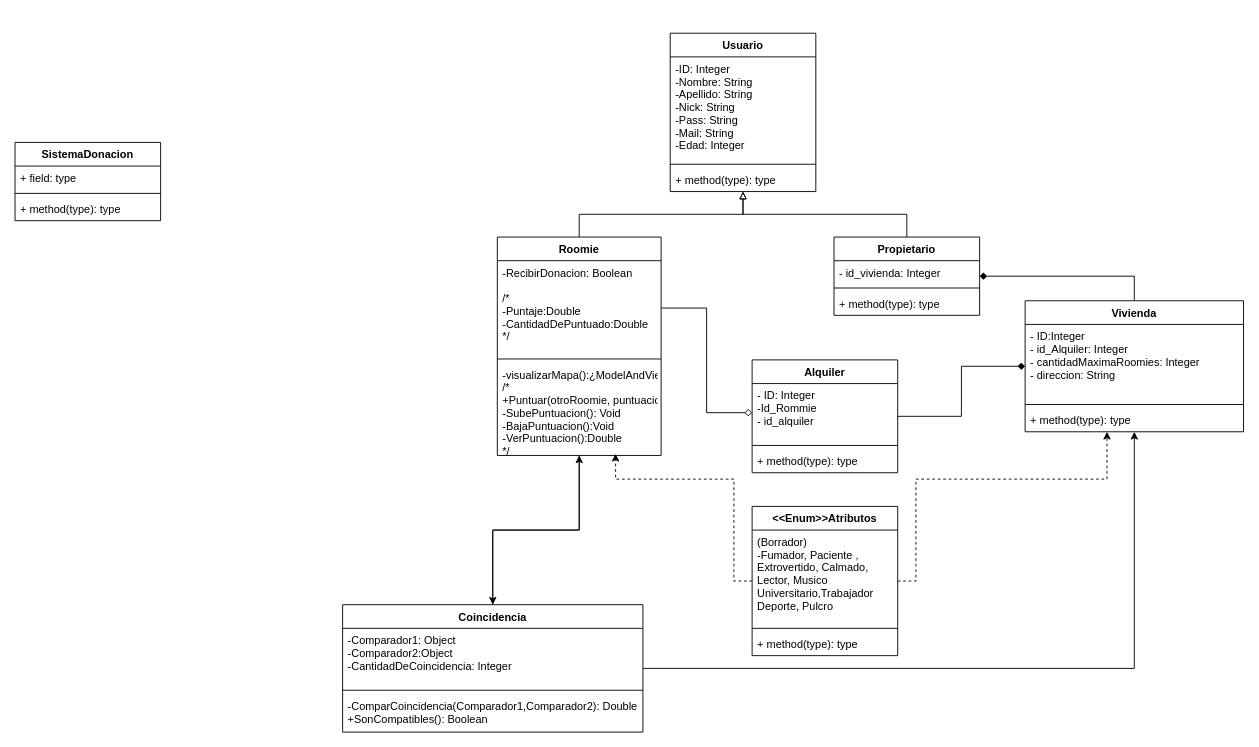
This is Sistema_de_Roomie.drawio from Lenh22/Proyecto-final-taller-web1-1C-2022, a draw.io file, before an edit. Source tidied: cells renumbered, new cells numbered last; positions are measured from the earlier drawing's top-left corner, leaving out a move shared by most shapes. Both pictures are drawn from the tidied source at 91%, with x=0, y=0 at pixel (15, 33).
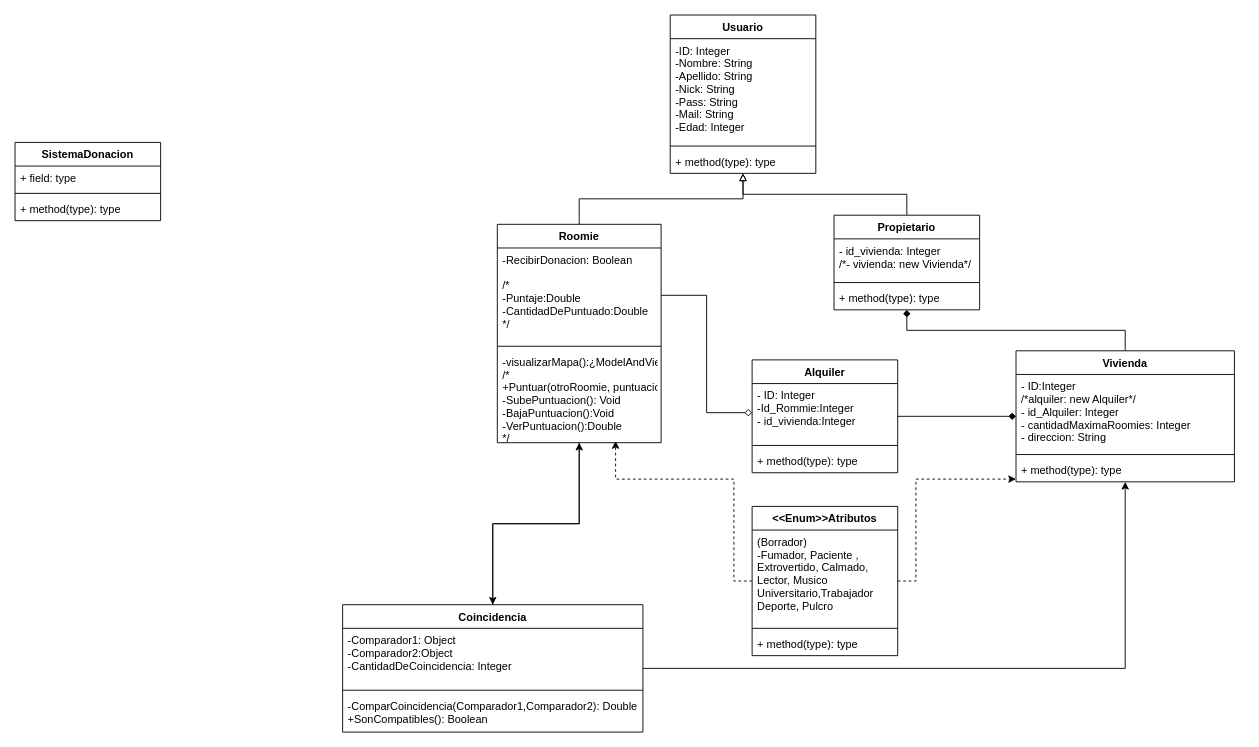
The same page after the edit.

Commit message (it also covers changes not shown here):
Cambiando un poco el test2 y creando lo basico de Propietario y Vivienda

The change refers to these unchanged cells:
```xml
<mxCell id="16" value="Alquiler" style="swimlane;fontStyle=1;align=center;verticalAlign=top;horizontal=1;startSize=26;" parent="1" vertex="1">
  <mxGeometry x="810" y="359" width="160" height="124" as="geometry" />
</mxCell>
```

The edit, as a diff of the source:
```diff
@@
     <mxCell id="2" value="Usuario" style="swimlane;fontStyle=1;align=center;verticalAlign=top;horizontal=1;startSize=26;" parent="1" vertex="1">
-      <mxGeometry x="720" width="160" height="174" as="geometry" />
+      <mxGeometry x="720" y="-20" width="160" height="174" as="geometry" />
     </mxCell>
@@
     <mxCell id="7" value="Roomie" style="swimlane;fontStyle=1;align=center;verticalAlign=top;horizontal=1;startSize=26;" parent="1" vertex="1">
-      <mxGeometry x="530" y="224" width="180" height="240" as="geometry" />
+      <mxGeometry x="530" y="210" width="180" height="240" as="geometry" />
     </mxCell>
@@
     <mxCell id="12" value="Propietario" style="swimlane;fontStyle=1;align=center;verticalAlign=top;horizontal=1;startSize=26;" parent="1" vertex="1">
-      <mxGeometry x="900" y="224" width="160" height="86" as="geometry" />
+      <mxGeometry x="900" y="200" width="160" height="104" as="geometry" />
     </mxCell>
-    <mxCell id="13" value="- id_vivienda: Integer" style="text;strokeColor=none;fillColor=none;align=left;verticalAlign=top;spacingLeft=4;spacingRight=4;overflow=hidden;" parent="12" vertex="1">
-      <mxGeometry y="26" width="160" height="26" as="geometry" />
+    <mxCell id="13" value="- id_vivienda: Integer&#10;/*- vivienda: new Vivienda*/" style="text;strokeColor=none;fillColor=none;align=left;verticalAlign=top;spacingLeft=4;spacingRight=4;overflow=hidden;" parent="12" vertex="1">
+      <mxGeometry y="26" width="160" height="44" as="geometry" />
     </mxCell>
     <mxCell id="14" style="line;strokeWidth=1;fillColor=none;align=left;verticalAlign=middle;spacingTop=-1;spacingLeft=3;spacingRight=3;labelPosition=right;" parent="12" vertex="1">
-      <mxGeometry y="52" width="160" height="8" as="geometry" />
+      <mxGeometry y="70" width="160" height="8" as="geometry" />
     </mxCell>
     <mxCell id="15" value="+ method(type): type" style="text;strokeColor=none;fillColor=none;align=left;verticalAlign=top;spacingLeft=4;spacingRight=4;overflow=hidden;" parent="12" vertex="1">
-      <mxGeometry y="60" width="160" height="26" as="geometry" />
+      <mxGeometry y="78" width="160" height="26" as="geometry" />
     </mxCell>
@@
-    <mxCell id="17" value="- ID: Integer&#10;-Id_Rommie&#10;- id_alquiler" style="text;strokeColor=none;fillColor=none;align=left;verticalAlign=top;spacingLeft=4;spacingRight=4;overflow=hidden;points=[[0,0.5],[1,0.5]];portConstraint=eastwest;" parent="16" vertex="1">
+    <mxCell id="17" value="- ID: Integer&#10;-Id_Rommie:Integer&#10;- id_vivienda:Integer" style="text;strokeColor=none;fillColor=none;align=left;verticalAlign=top;spacingLeft=4;spacingRight=4;overflow=hidden;points=[[0,0.5],[1,0.5]];portConstraint=eastwest;" parent="16" vertex="1">
       <mxGeometry y="26" width="160" height="64" as="geometry" />
     </mxCell>
@@
     <mxCell id="21" value="Vivienda" style="swimlane;fontStyle=1;align=center;verticalAlign=top;horizontal=1;startSize=26;" parent="1" vertex="1">
-      <mxGeometry x="1110" y="294" width="240" height="144" as="geometry" />
+      <mxGeometry x="1100" y="349" width="240" height="144" as="geometry" />
     </mxCell>
-    <mxCell id="22" value="- ID:Integer&#10;- id_Alquiler: Integer&#10;- cantidadMaximaRoomies: Integer&#10;- direccion: String&#10;" style="text;strokeColor=none;fillColor=none;align=left;verticalAlign=top;spacingLeft=4;spacingRight=4;overflow=hidden;" parent="21" vertex="1">
+    <mxCell id="22" value="- ID:Integer&#10;/*alquiler: new Alquiler*/&#10;- id_Alquiler: Integer&#10;- cantidadMaximaRoomies: Integer&#10;- direccion: String&#10;" style="text;strokeColor=none;fillColor=none;align=left;verticalAlign=top;spacingLeft=4;spacingRight=4;overflow=hidden;" parent="21" vertex="1">
       <mxGeometry y="26" width="240" height="84" as="geometry" />
     </mxCell>
```
